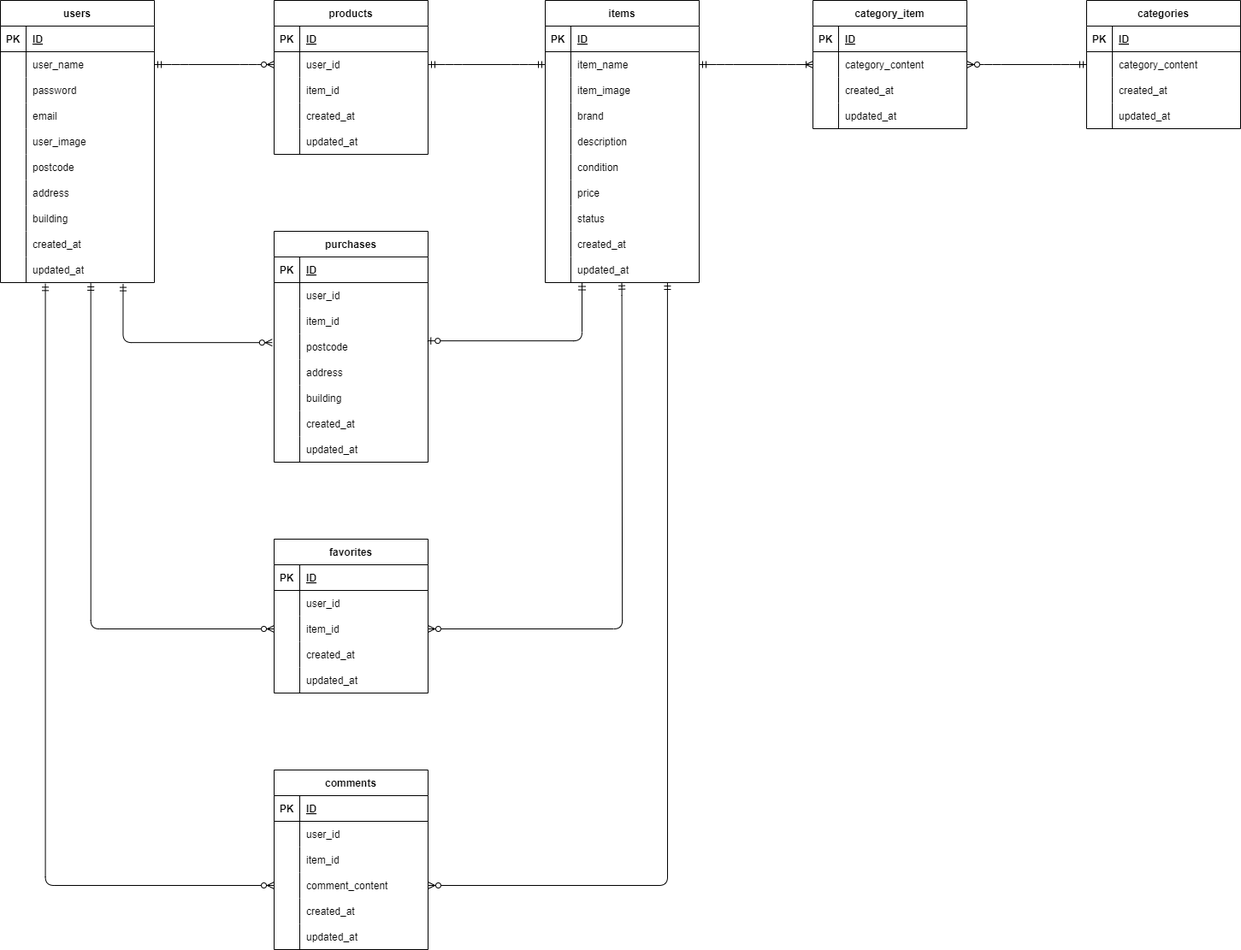
Earlier version of the draw.io export ER.drawio.png (Mai1933/CTfleamarket). Source tidied: cells renumbered, new cells last; positions are measured from the earlier drawing's top-left corner, leaving out a move shared by most shapes.
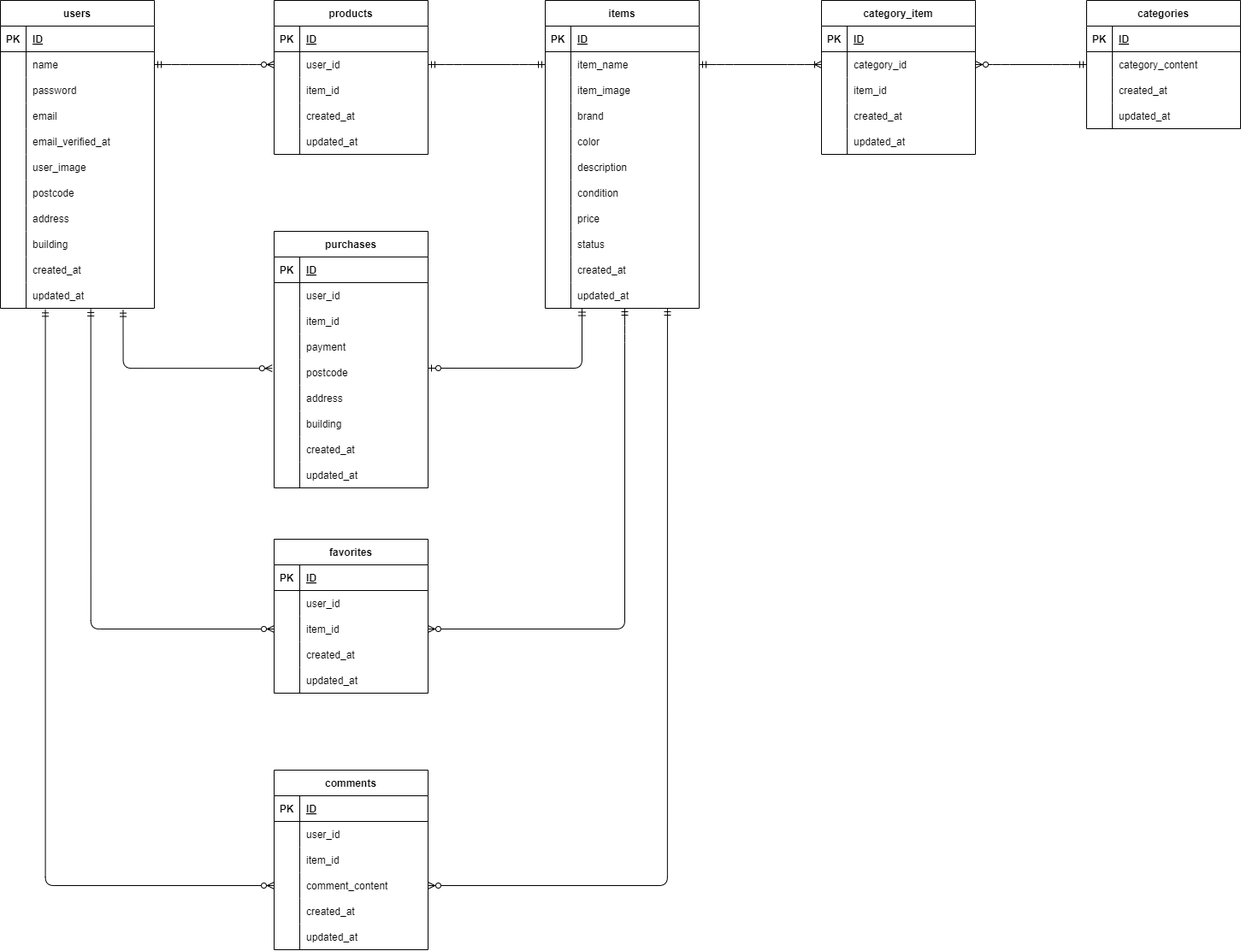
After the change.

Change to the diagram source:
```diff
@@ -5,3 +5,3 @@
     <mxCell id="2" value="users" style="shape=table;startSize=30;rowLines=0;fontStyle=1;align=center;" parent="1" vertex="1">
-      <mxGeometry width="180" height="330" as="geometry" />
+      <mxGeometry width="180" height="360" as="geometry" />
     </mxCell>
@@ -22,3 +22,3 @@
     </mxCell>
-    <mxCell id="8" value="user_name" style="shape=partialRectangle;fillColor=none;top=0;left=0;bottom=0;right=0;align=left;spacingLeft=6;overflow=hidden;" parent="6" vertex="1">
+    <mxCell id="8" value="name" style="shape=partialRectangle;fillColor=none;top=0;left=0;bottom=0;right=0;align=left;spacingLeft=6;overflow=hidden;" parent="6" vertex="1">
       <mxGeometry x="30" width="150" height="30" as="geometry" />
@@ -43,4 +43,13 @@
     </mxCell>
+    <mxCell id="176" style="shape=tableRow;horizontal=0;startSize=0;swimlaneHead=0;swimlaneBody=0;fillColor=none;top=0;left=0;right=0;bottom=0;" parent="2" vertex="1">
+      <mxGeometry y="150" width="180" height="30" as="geometry" />
+    </mxCell>
+    <mxCell id="177" style="shape=partialRectangle;fillColor=none;top=0;left=0;bottom=0;right=0;overflow=hidden;" parent="176" vertex="1">
+      <mxGeometry width="30" height="30" as="geometry" />
+    </mxCell>
+    <mxCell id="178" value="email_verified_at" style="shape=partialRectangle;fillColor=none;top=0;left=0;bottom=0;right=0;align=left;spacingLeft=6;overflow=hidden;" parent="176" vertex="1">
+      <mxGeometry x="30" width="150" height="30" as="geometry" />
+    </mxCell>
     <mxCell id="15" style="shape=tableRow;horizontal=0;startSize=0;swimlaneHead=0;swimlaneBody=0;fillColor=none;top=0;left=0;right=0;bottom=0;" parent="2" vertex="1">
-      <mxGeometry y="150" width="180" height="30" as="geometry" />
+      <mxGeometry y="180" width="180" height="30" as="geometry" />
     </mxCell>
@@ -53,3 +62,3 @@
     <mxCell id="18" style="shape=tableRow;horizontal=0;startSize=0;swimlaneHead=0;swimlaneBody=0;fillColor=none;top=0;left=0;right=0;bottom=0;" parent="2" vertex="1">
-      <mxGeometry y="180" width="180" height="30" as="geometry" />
+      <mxGeometry y="210" width="180" height="30" as="geometry" />
     </mxCell>
@@ -62,3 +71,3 @@
     <mxCell id="21" style="shape=tableRow;horizontal=0;startSize=0;swimlaneHead=0;swimlaneBody=0;fillColor=none;top=0;left=0;right=0;bottom=0;" parent="2" vertex="1">
-      <mxGeometry y="210" width="180" height="30" as="geometry" />
+      <mxGeometry y="240" width="180" height="30" as="geometry" />
     </mxCell>
@@ -71,3 +80,3 @@
     <mxCell id="24" style="shape=tableRow;horizontal=0;startSize=0;swimlaneHead=0;swimlaneBody=0;fillColor=none;top=0;left=0;right=0;bottom=0;" parent="2" vertex="1">
-      <mxGeometry y="240" width="180" height="30" as="geometry" />
+      <mxGeometry y="270" width="180" height="30" as="geometry" />
     </mxCell>
@@ -80,3 +89,3 @@
     <mxCell id="27" style="shape=tableRow;horizontal=0;startSize=0;swimlaneHead=0;swimlaneBody=0;fillColor=none;top=0;left=0;right=0;bottom=0;" parent="2" vertex="1">
-      <mxGeometry y="270" width="180" height="30" as="geometry" />
+      <mxGeometry y="300" width="180" height="30" as="geometry" />
     </mxCell>
@@ -89,3 +98,3 @@
     <mxCell id="30" style="shape=tableRow;horizontal=0;startSize=0;swimlaneHead=0;swimlaneBody=0;fillColor=none;points=[[0,0.5],[1,0.5]];portConstraint=eastwest;top=0;left=0;right=0;bottom=0;" parent="2" vertex="1">
-      <mxGeometry y="300" width="180" height="30" as="geometry" />
+      <mxGeometry y="330" width="180" height="30" as="geometry" />
     </mxCell>
@@ -98,3 +107,3 @@
     <mxCell id="33" value="items" style="shape=table;startSize=30;rowLines=0;fontStyle=1;align=center;" parent="1" vertex="1">
-      <mxGeometry x="637" width="180" height="330" as="geometry" />
+      <mxGeometry x="637" width="180" height="360" as="geometry" />
     </mxCell>
@@ -136,4 +145,13 @@
     </mxCell>
+    <mxCell id="179" style="shape=tableRow;horizontal=0;startSize=0;swimlaneHead=0;swimlaneBody=0;fillColor=none;top=0;left=0;right=0;bottom=0;" parent="33" vertex="1">
+      <mxGeometry y="150" width="180" height="30" as="geometry" />
+    </mxCell>
+    <mxCell id="180" style="shape=partialRectangle;fillColor=none;top=0;left=0;bottom=0;right=0;overflow=hidden;" parent="179" vertex="1">
+      <mxGeometry width="30" height="30" as="geometry" />
+    </mxCell>
+    <mxCell id="181" value="color" style="shape=partialRectangle;fillColor=none;top=0;left=0;bottom=0;right=0;align=left;spacingLeft=6;overflow=hidden;" parent="179" vertex="1">
+      <mxGeometry x="30" width="150" height="30" as="geometry" />
+    </mxCell>
     <mxCell id="46" style="shape=tableRow;horizontal=0;startSize=0;swimlaneHead=0;swimlaneBody=0;fillColor=none;top=0;left=0;right=0;bottom=0;" parent="33" vertex="1">
-      <mxGeometry y="150" width="180" height="30" as="geometry" />
+      <mxGeometry y="180" width="180" height="30" as="geometry" />
     </mxCell>
@@ -146,3 +164,3 @@
     <mxCell id="49" style="shape=tableRow;horizontal=0;startSize=0;swimlaneHead=0;swimlaneBody=0;fillColor=none;top=0;left=0;right=0;bottom=0;" parent="33" vertex="1">
-      <mxGeometry y="180" width="180" height="30" as="geometry" />
+      <mxGeometry y="210" width="180" height="30" as="geometry" />
     </mxCell>
@@ -155,3 +173,3 @@
     <mxCell id="52" style="shape=tableRow;horizontal=0;startSize=0;swimlaneHead=0;swimlaneBody=0;fillColor=none;top=0;left=0;right=0;bottom=0;" parent="33" vertex="1">
-      <mxGeometry y="210" width="180" height="30" as="geometry" />
+      <mxGeometry y="240" width="180" height="30" as="geometry" />
     </mxCell>
@@ -164,3 +182,3 @@
     <mxCell id="55" style="shape=tableRow;horizontal=0;startSize=0;swimlaneHead=0;swimlaneBody=0;fillColor=none;top=0;left=0;right=0;bottom=0;" parent="33" vertex="1">
-      <mxGeometry y="240" width="180" height="30" as="geometry" />
+      <mxGeometry y="270" width="180" height="30" as="geometry" />
     </mxCell>
@@ -173,3 +191,3 @@
     <mxCell id="58" style="shape=tableRow;horizontal=0;startSize=0;swimlaneHead=0;swimlaneBody=0;fillColor=none;top=0;left=0;right=0;bottom=0;" parent="33" vertex="1">
-      <mxGeometry y="270" width="180" height="30" as="geometry" />
+      <mxGeometry y="300" width="180" height="30" as="geometry" />
     </mxCell>
@@ -182,3 +200,3 @@
     <mxCell id="61" style="shape=tableRow;horizontal=0;startSize=0;swimlaneHead=0;swimlaneBody=0;fillColor=none;points=[[0,0.5],[1,0.5]];portConstraint=eastwest;top=0;left=0;right=0;bottom=0;" parent="33" vertex="1">
-      <mxGeometry y="300" width="180" height="30" as="geometry" />
+      <mxGeometry y="330" width="180" height="30" as="geometry" />
     </mxCell>
@@ -239,3 +257,3 @@
     <mxCell id="80" value="purchases" style="shape=table;startSize=30;rowLines=0;fontStyle=1;align=center;" parent="1" vertex="1">
-      <mxGeometry x="320" y="270" width="180" height="270" as="geometry" />
+      <mxGeometry x="320" y="270" width="180" height="300" as="geometry" />
     </mxCell>
@@ -268,4 +286,13 @@
     </mxCell>
+    <mxCell id="182" style="shape=tableRow;horizontal=0;startSize=0;swimlaneHead=0;swimlaneBody=0;fillColor=none;top=0;left=0;right=0;bottom=0;" parent="80" vertex="1">
+      <mxGeometry y="120" width="180" height="30" as="geometry" />
+    </mxCell>
+    <mxCell id="183" style="shape=partialRectangle;fillColor=none;top=0;left=0;bottom=0;right=0;overflow=hidden;" parent="182" vertex="1">
+      <mxGeometry width="30" height="30" as="geometry" />
+    </mxCell>
+    <mxCell id="184" value="payment" style="shape=partialRectangle;fillColor=none;top=0;left=0;bottom=0;right=0;align=left;spacingLeft=6;overflow=hidden;" parent="182" vertex="1">
+      <mxGeometry x="30" width="150" height="30" as="geometry" />
+    </mxCell>
     <mxCell id="90" style="shape=tableRow;horizontal=0;startSize=0;swimlaneHead=0;swimlaneBody=0;fillColor=none;points=[[0,0.5],[1,0.5]];portConstraint=eastwest;top=0;left=0;right=0;bottom=0;" parent="80" vertex="1">
-      <mxGeometry y="120" width="180" height="30" as="geometry" />
+      <mxGeometry y="150" width="180" height="30" as="geometry" />
     </mxCell>
@@ -278,3 +305,3 @@
     <mxCell id="93" style="shape=tableRow;horizontal=0;startSize=0;swimlaneHead=0;swimlaneBody=0;fillColor=none;top=0;left=0;right=0;bottom=0;" parent="80" vertex="1">
-      <mxGeometry y="150" width="180" height="30" as="geometry" />
+      <mxGeometry y="180" width="180" height="30" as="geometry" />
     </mxCell>
@@ -287,3 +314,3 @@
     <mxCell id="96" style="shape=tableRow;horizontal=0;startSize=0;swimlaneHead=0;swimlaneBody=0;fillColor=none;top=0;left=0;right=0;bottom=0;" parent="80" vertex="1">
-      <mxGeometry y="180" width="180" height="30" as="geometry" />
+      <mxGeometry y="210" width="180" height="30" as="geometry" />
     </mxCell>
@@ -296,3 +323,3 @@
     <mxCell id="99" style="shape=tableRow;horizontal=0;startSize=0;swimlaneHead=0;swimlaneBody=0;fillColor=none;top=0;left=0;right=0;bottom=0;" parent="80" vertex="1">
-      <mxGeometry y="210" width="180" height="30" as="geometry" />
+      <mxGeometry y="240" width="180" height="30" as="geometry" />
     </mxCell>
@@ -305,3 +332,3 @@
     <mxCell id="102" style="shape=tableRow;horizontal=0;startSize=0;swimlaneHead=0;swimlaneBody=0;fillColor=none;top=0;left=0;right=0;bottom=0;" parent="80" vertex="1">
-      <mxGeometry y="240" width="180" height="30" as="geometry" />
+      <mxGeometry y="270" width="180" height="30" as="geometry" />
     </mxCell>
@@ -458,3 +485,3 @@
     <mxCell id="153" value="category_item" style="shape=table;startSize=30;rowLines=0;fontStyle=1;align=center;" parent="1" vertex="1">
-      <mxGeometry x="950" width="180" height="150" as="geometry" />
+      <mxGeometry x="960" width="180" height="180" as="geometry" />
     </mxCell>
@@ -475,7 +502,16 @@
     </mxCell>
-    <mxCell id="159" value="category_content" style="shape=partialRectangle;fillColor=none;top=0;left=0;bottom=0;right=0;align=left;spacingLeft=6;overflow=hidden;" parent="157" vertex="1">
+    <mxCell id="159" value="category_id" style="shape=partialRectangle;fillColor=none;top=0;left=0;bottom=0;right=0;align=left;spacingLeft=6;overflow=hidden;" parent="157" vertex="1">
       <mxGeometry x="30" width="150" height="30" as="geometry" />
     </mxCell>
+    <mxCell id="185" style="shape=tableRow;horizontal=0;startSize=0;swimlaneHead=0;swimlaneBody=0;fillColor=none;top=0;left=0;right=0;bottom=0;" parent="153" vertex="1">
+      <mxGeometry y="90" width="180" height="30" as="geometry" />
+    </mxCell>
+    <mxCell id="186" style="shape=partialRectangle;fillColor=none;top=0;left=0;bottom=0;right=0;overflow=hidden;" parent="185" vertex="1">
+      <mxGeometry width="30" height="30" as="geometry" />
+    </mxCell>
+    <mxCell id="187" value="item_id" style="shape=partialRectangle;fillColor=none;top=0;left=0;bottom=0;right=0;align=left;spacingLeft=6;overflow=hidden;" parent="185" vertex="1">
+      <mxGeometry x="30" width="150" height="30" as="geometry" />
+    </mxCell>
     <mxCell id="160" style="shape=tableRow;horizontal=0;startSize=0;swimlaneHead=0;swimlaneBody=0;fillColor=none;top=0;left=0;right=0;bottom=0;" parent="153" vertex="1">
-      <mxGeometry y="90" width="180" height="30" as="geometry" />
+      <mxGeometry y="120" width="180" height="30" as="geometry" />
     </mxCell>
@@ -488,3 +524,3 @@
     <mxCell id="163" style="shape=tableRow;horizontal=0;startSize=0;swimlaneHead=0;swimlaneBody=0;fillColor=none;top=0;left=0;right=0;bottom=0;" parent="153" vertex="1">
-      <mxGeometry y="120" width="180" height="30" as="geometry" />
+      <mxGeometry y="150" width="180" height="30" as="geometry" />
     </mxCell>
@@ -505,3 +541,3 @@
         <Array as="points">
-          <mxPoint x="144" y="400" />
+          <mxPoint x="144" y="430" />
         </Array>
@@ -519,6 +555,6 @@
     </mxCell>
-    <mxCell id="171" style="edgeStyle=orthogonalEdgeStyle;fontSize=12;html=1;endArrow=ERzeroToOne;startArrow=ERmandOne;exitX=0.239;exitY=1.017;exitDx=0;exitDy=0;exitPerimeter=0;entryX=0.996;entryY=0.271;entryDx=0;entryDy=0;entryPerimeter=0;" parent="1" edge="1" source="61" target="90">
+    <mxCell id="171" style="edgeStyle=orthogonalEdgeStyle;fontSize=12;html=1;endArrow=ERzeroToOne;startArrow=ERmandOne;exitX=0.239;exitY=1.017;exitDx=0;exitDy=0;exitPerimeter=0;entryX=1;entryY=0.333;entryDx=0;entryDy=0;entryPerimeter=0;" parent="1" edge="1" source="61" target="90">
       <mxGeometry relative="1" as="geometry">
         <Array as="points">
-          <mxPoint x="680" y="398" />
+          <mxPoint x="680" y="430" />
         </Array>
@@ -526,8 +562,9 @@
     </mxCell>
-    <mxCell id="172" style="edgeStyle=orthogonalEdgeStyle;fontSize=12;html=1;endArrow=ERzeroToMany;startArrow=ERmandOne;entryX=1;entryY=0.5;entryDx=0;entryDy=0;exitX=0.497;exitY=0.989;exitDx=0;exitDy=0;exitPerimeter=0;" parent="1" edge="1" source="61" target="112">
+    <mxCell id="172" style="edgeStyle=orthogonalEdgeStyle;fontSize=12;html=1;endArrow=ERzeroToMany;startArrow=ERmandOne;entryX=1;entryY=0.5;entryDx=0;entryDy=0;" parent="1" edge="1" target="112">
       <mxGeometry relative="1" as="geometry">
+        <mxPoint x="730" y="360" as="sourcePoint" />
         <Array as="points">
-          <mxPoint x="727" y="335" />
-          <mxPoint x="727" y="335" />
-          <mxPoint x="727" y="735" />
+          <mxPoint x="730" y="390" />
+          <mxPoint x="730" y="390" />
+          <mxPoint x="730" y="735" />
         </Array>
```
